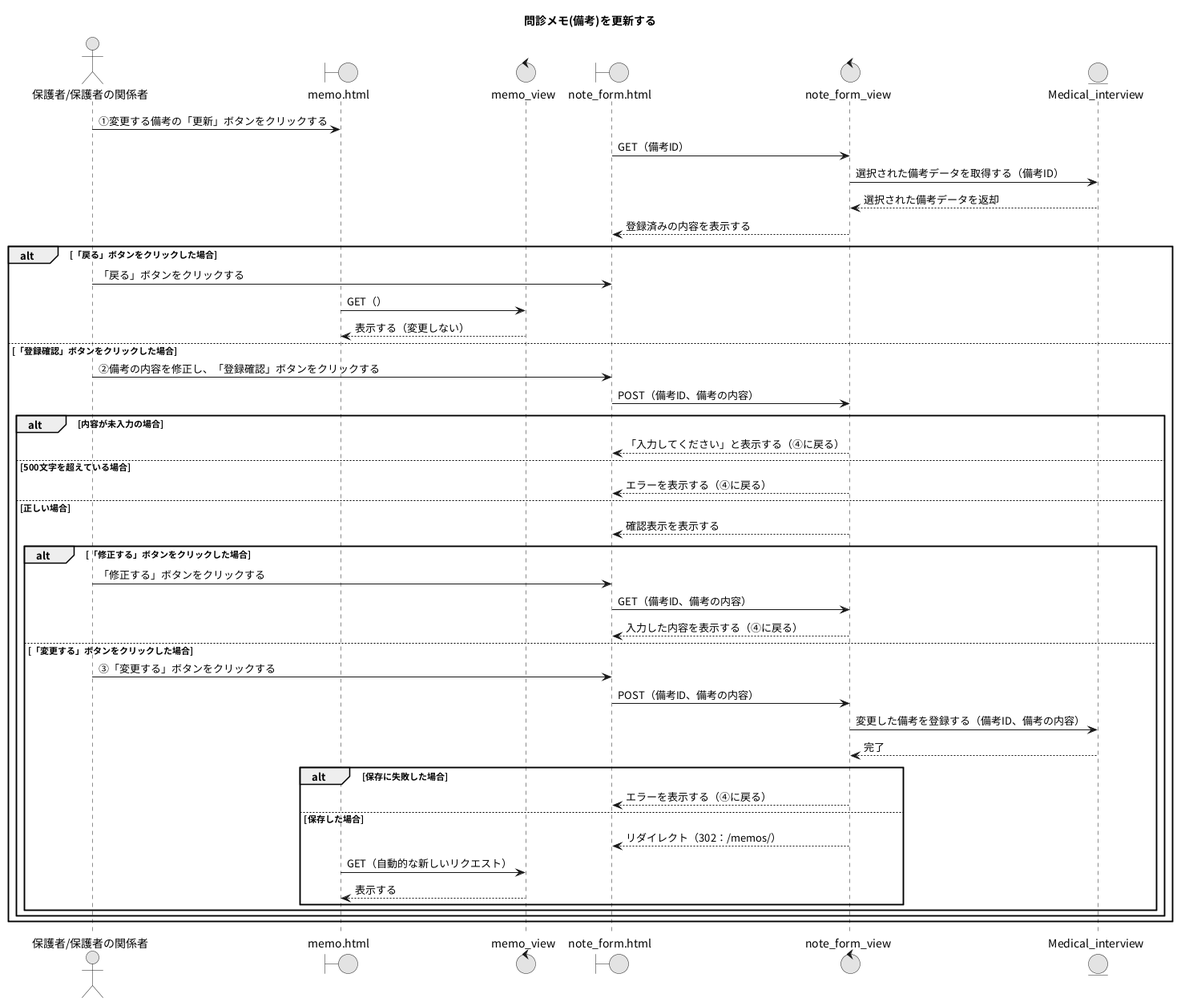
The PlantUML diagram PNG/20_問診メモ(備考)を更新する.png in Ma2naga190330/26_sotugyou_puml, before a commit. Source of this version:
```plantuml
@startuml
title 問診メモ(備考)を更新する
skinparam defaultFontName "Noto Sans CJK JP"
skinparam monochrome true

actor "保護者/保護者の関係者" as A
boundary "memo.html" as MP
control "memo_view" as MV
boundary "note_form.html" as NFP
control "note_form_view" as NFV
entity "Medical_interview" as MIM

A -> MP : ①変更する備考の「更新」ボタンをクリックする
NFP -> NFV : GET（備考ID）
NFV -> MIM : 選択された備考データを取得する（備考ID）
NFV <-- MIM : 選択された備考データを返却
NFV --> NFP : 登録済みの内容を表示する

alt 「戻る」ボタンをクリックした場合
  A -> NFP : 「戻る」ボタンをクリックする
  MP -> MV : GET（）
  MV --> MP : 表示する（変更しない）
else 「登録確認」ボタンをクリックした場合
  A -> NFP : ②備考の内容を修正し、「登録確認」ボタンをクリックする
  NFP -> NFV : POST（備考ID、備考の内容）
  alt 内容が未入力の場合
    NFV --> NFP : 「入力してください」と表示する（④に戻る）
  else 500文字を超えている場合
    NFV --> NFP : エラーを表示する（④に戻る）
  else 正しい場合
    NFV --> NFP : 確認表示を表示する
    alt 「修正する」ボタンをクリックした場合
      A -> NFP : 「修正する」ボタンをクリックする
      NFP -> NFV : GET（備考ID、備考の内容）
      NFV --> NFP : 入力した内容を表示する（④に戻る）
    else 「変更する」ボタンをクリックした場合
      A -> NFP : ③「変更する」ボタンをクリックする
      NFP -> NFV : POST（備考ID、備考の内容）
      NFV -> MIM : 変更した備考を登録する（備考ID、備考の内容）
      NFV <-- MIM : 完了
      alt 保存に失敗した場合
        NFV --> NFP : エラーを表示する（④に戻る）
      else 保存した場合
        NFV --> NFP : リダイレクト（302：/memos/）
        MP -> MV : GET（自動的な新しいリクエスト）
        MV --> MP : 表示する
      end
    end
  end
end
@enduml
```
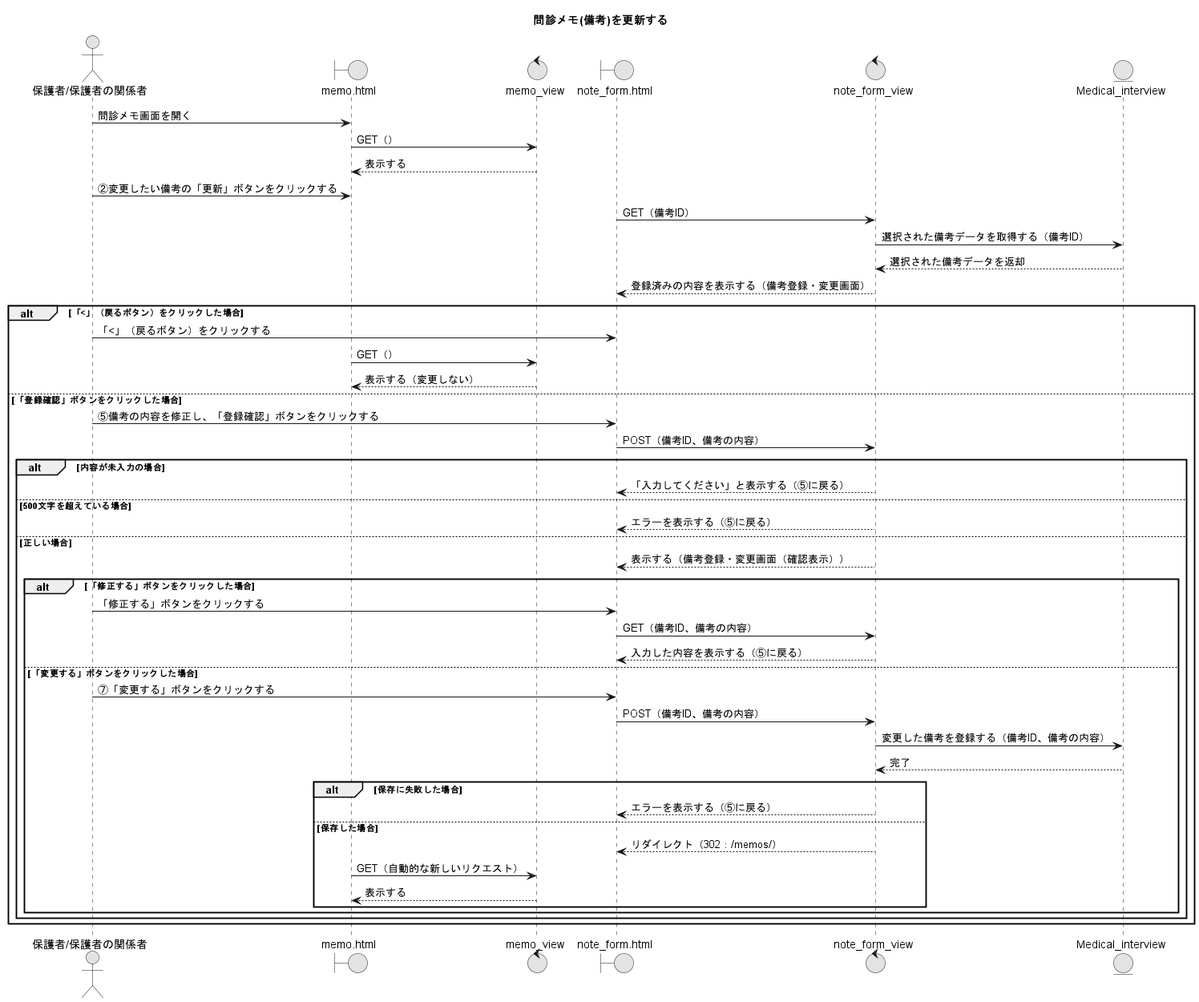
After the change.

Change to the diagram source:
```diff
@@ -10,36 +10,40 @@
 control "note_form_view" as NFV
 entity "Medical_interview" as MIM
 
-A -> MP : ①変更する備考の「更新」ボタンをクリックする
+A -> MP : 問診メモ画面を開く
+MP -> MV : GET（）
+MV --> MP : 表示する
+
+A -> MP : ②変更したい備考の「更新」ボタンをクリックする
 NFP -> NFV : GET（備考ID）
 NFV -> MIM : 選択された備考データを取得する（備考ID）
 NFV <-- MIM : 選択された備考データを返却
-NFV --> NFP : 登録済みの内容を表示する
+NFV --> NFP : 登録済みの内容を表示する（備考登録・変更画面）
 
-alt 「戻る」ボタンをクリックした場合
-  A -> NFP : 「戻る」ボタンをクリックする
+alt 「<」（戻るボタン）をクリックした場合
+  A -> NFP : 「<」（戻るボタン）をクリックする
   MP -> MV : GET（）
   MV --> MP : 表示する（変更しない）
 else 「登録確認」ボタンをクリックした場合
-  A -> NFP : ②備考の内容を修正し、「登録確認」ボタンをクリックする
+  A -> NFP : ⑤備考の内容を修正し、「登録確認」ボタンをクリックする
   NFP -> NFV : POST（備考ID、備考の内容）
   alt 内容が未入力の場合
-    NFV --> NFP : 「入力してください」と表示する（④に戻る）
+    NFV --> NFP : 「入力してください」と表示する（⑤に戻る）
   else 500文字を超えている場合
-    NFV --> NFP : エラーを表示する（④に戻る）
+    NFV --> NFP : エラーを表示する（⑤に戻る）
   else 正しい場合
-    NFV --> NFP : 確認表示を表示する
+    NFV --> NFP : 表示する（備考登録・変更画面（確認表示））
     alt 「修正する」ボタンをクリックした場合
       A -> NFP : 「修正する」ボタンをクリックする
       NFP -> NFV : GET（備考ID、備考の内容）
-      NFV --> NFP : 入力した内容を表示する（④に戻る）
+      NFV --> NFP : 入力した内容を表示する（⑤に戻る）
     else 「変更する」ボタンをクリックした場合
-      A -> NFP : ③「変更する」ボタンをクリックする
+      A -> NFP : ⑦「変更する」ボタンをクリックする
       NFP -> NFV : POST（備考ID、備考の内容）
       NFV -> MIM : 変更した備考を登録する（備考ID、備考の内容）
       NFV <-- MIM : 完了
       alt 保存に失敗した場合
-        NFV --> NFP : エラーを表示する（④に戻る）
+        NFV --> NFP : エラーを表示する（⑤に戻る）
       else 保存した場合
         NFV --> NFP : リダイレクト（302：/memos/）
         MP -> MV : GET（自動的な新しいリクエスト）
```
